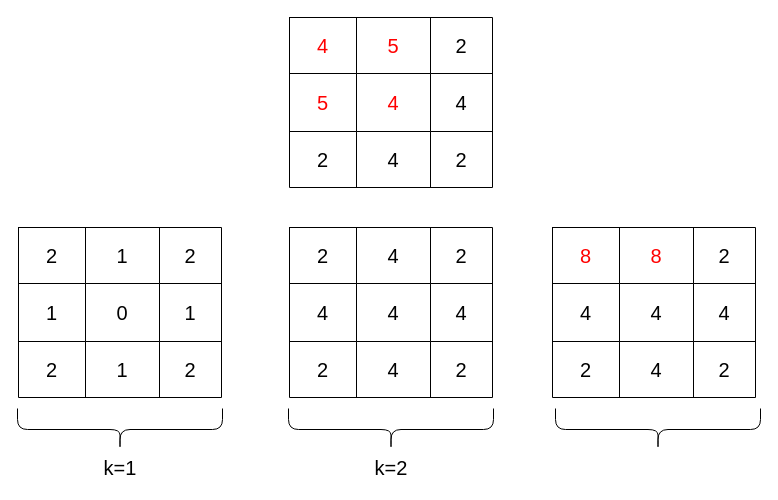
The draw.io diagram Untitled Diagram.drawio in doudou215/ACM, before the edit. Source tidied: cells renumbered, new cells numbered last; positions are measured from the earlier drawing's top-left corner, leaving out a move shared by most shapes. Both pictures are drawn from the tidied source at 100%, with x=0, y=0 at pixel (17, 17).
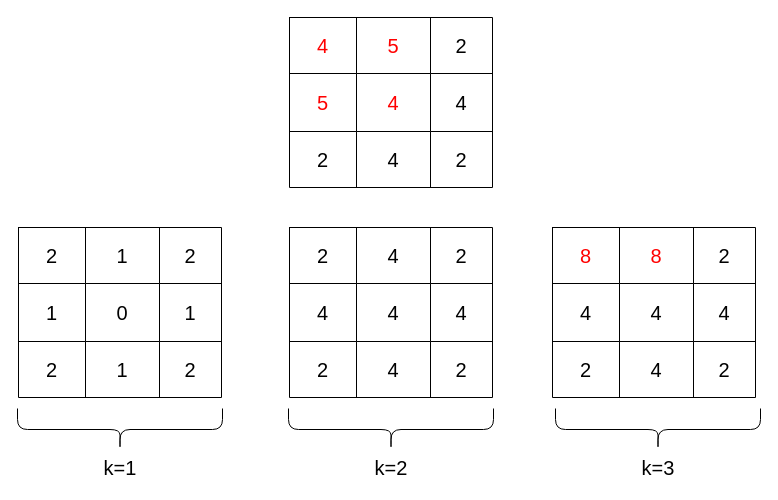
The same diagram, later.

Change to the diagram source:
```diff
@@
+    <mxCell id="59" value="k=3" style="text;html=1;strokeColor=none;fillColor=none;align=center;verticalAlign=middle;whiteSpace=wrap;rounded=0;fontSize=20;" parent="1" vertex="1">
+      <mxGeometry x="610.5" y="435" width="60" height="30" as="geometry" />
+    </mxCell>
```
